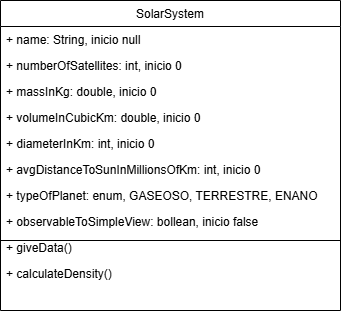
Andreina2/ex_solar_system keeps this draw.io diagram as docs/ex_solar_system.drawio.png. Above is the earlier version. Source tidied: cells renumbered, new cells last; positions are measured from the earlier drawing's top-left corner, leaving out a move shared by most shapes.
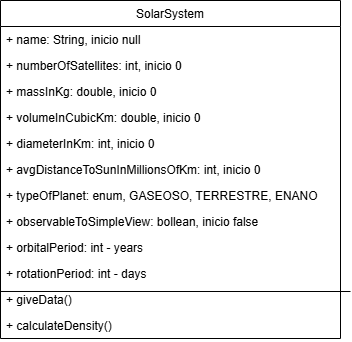
After the change.

Commit message:
create orbitalPeriod and rotationPeriod attributes,modified constructor,  and modified Readme.md

What changed in the source:
```diff
@@ -3,7 +3,7 @@
     <mxCell id="0" />
     <mxCell id="1" parent="0" />
     <mxCell id="2" value="SolarSystem" style="swimlane;fontStyle=0;align=center;verticalAlign=top;horizontal=1;startSize=26;rounded=0;shadow=0;strokeWidth=1;" parent="1" vertex="1">
-      <mxGeometry width="340" height="310" as="geometry" />
+      <mxGeometry width="340" height="338" as="geometry" />
     </mxCell>
     <mxCell id="3" value="+ name: String, inicio null" style="text;align=left;verticalAlign=top;spacingLeft=4;spacingRight=4;overflow=hidden;" parent="2" vertex="1">
       <mxGeometry y="26" width="340" height="26" as="geometry" />
@@ -29,17 +29,22 @@
     <mxCell id="10" value="+ observableToSimpleView: bollean, inicio false" style="text;align=left;verticalAlign=top;spacingLeft=4;spacingRight=4;overflow=hidden;rounded=0;shadow=0;html=0;" parent="2" vertex="1">
       <mxGeometry y="208" width="340" height="26" as="geometry" />
     </mxCell>
+    <mxCell id="14" value="+ orbitalPeriod: int - years" style="text;align=left;verticalAlign=top;spacingLeft=4;spacingRight=4;overflow=hidden;rounded=0;shadow=0;html=0;" parent="2" vertex="1">
+      <mxGeometry y="234" width="340" height="26" as="geometry" />
+    </mxCell>
+    <mxCell id="15" value="+ rotationPeriod: int - days" style="text;align=left;verticalAlign=top;spacingLeft=4;spacingRight=4;overflow=hidden;rounded=0;shadow=0;html=0;" parent="2" vertex="1">
+      <mxGeometry y="260" width="340" height="26" as="geometry" />
+    </mxCell>
     <mxCell id="11" value="+ giveData()" style="text;align=left;verticalAlign=top;spacingLeft=4;spacingRight=4;overflow=hidden;points=[[0,0.5],[1,0.5]];portConstraint=eastwest;rounded=0;shadow=0;html=0;" parent="2" vertex="1">
-      <mxGeometry y="234" width="340" height="26" as="geometry" />
+      <mxGeometry y="286" width="340" height="26" as="geometry" />
     </mxCell>
     <mxCell id="12" value="+ calculateDensity()" style="text;align=left;verticalAlign=top;spacingLeft=4;spacingRight=4;overflow=hidden;rounded=0;shadow=0;html=0;" parent="2" vertex="1">
-      <mxGeometry y="260" width="340" height="26" as="geometry" />
+      <mxGeometry y="312" width="340" height="26" as="geometry" />
     </mxCell>
-    <mxCell id="13" style="endArrow=none;html=1;rounded=0;" parent="1" edge="1">
-      <mxGeometry relative="1" as="geometry">
-        <mxPoint y="240" as="sourcePoint" />
-        <mxPoint x="340" y="240" as="targetPoint" />
-      </mxGeometry>
-    </mxCell>
+    <mxCell id="16" style="endArrow=none;html=1;rounded=0;exitX=0;exitY=0.192;exitDx=0;exitDy=0;exitPerimeter=0;" parent="2" edge="1" source="11">
+      <mxGeometry relative="1" as="geometry">
+        <mxPoint x="350" y="291" as="targetPoint" />
+      </mxGeometry>
+    </mxCell>
   </root>
 </mxGraphModel>
```
